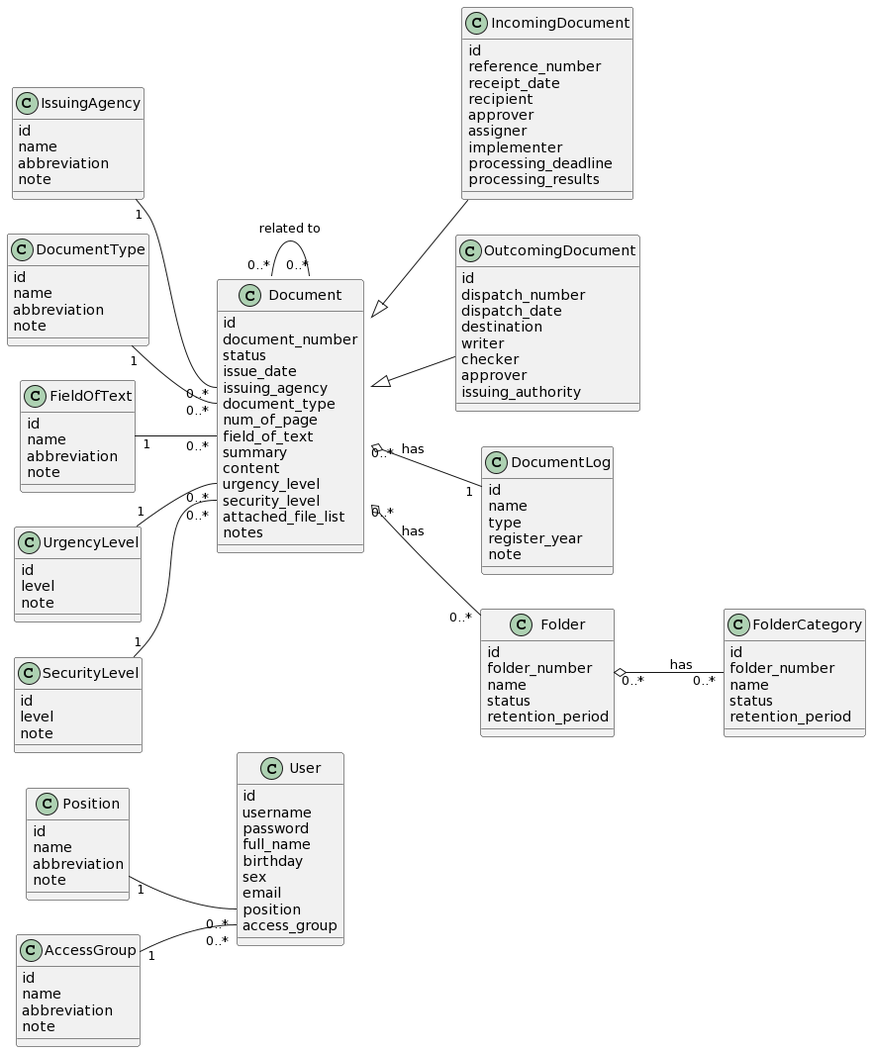
khoapham1003/SE357-Pratice-class keeps this PlantUML diagram as Lab1/Lab1.2/Class Diagram/Class Diagram.png. Above is the earlier version.
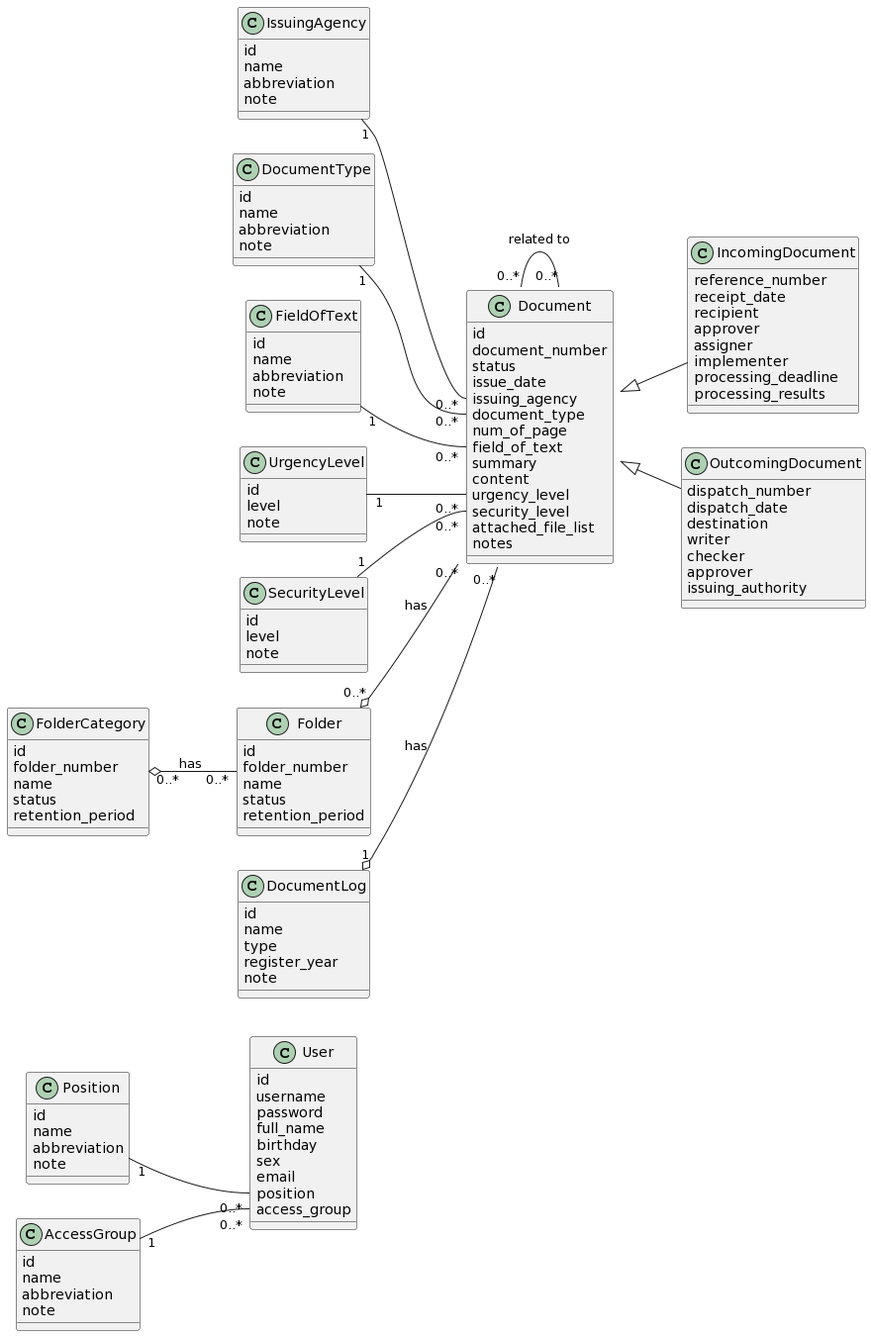
After the commit.

Commit message:
fix Class Diagram

Diff of the diagram source:
```diff
@@ -40,7 +40,6 @@
 notes
 }
 class IncomingDocument {
-id
 reference_number
 receipt_date
 recipient
@@ -51,7 +50,6 @@
 processing_results
 }
 class OutcomingDocument {
-id
 dispatch_number
 dispatch_date
 destination
@@ -114,9 +112,9 @@
 Document <|-- IncomingDocument
 Document "0..*" -- "0..*" Document: related to
 
-Document "0..*" o-- "1" DocumentLog: has
-Document "0..*" o-- "0..*" Folder: has
-Folder "0..*" o-- "0..*" FolderCategory: has
+DocumentLog "1" o-- "0..*" Document: has
+Folder "0..*" o-- "0..*" Document: has
+FolderCategory "0..*" o-- "0..*" Folder: has
 FieldOfText "1" -- "0..*" Document::field_of_text
 DocumentType "1" -- "0..*" Document::document_type
 IssuingAgency "1" -- "0..*" Document::issuing_agency
```
